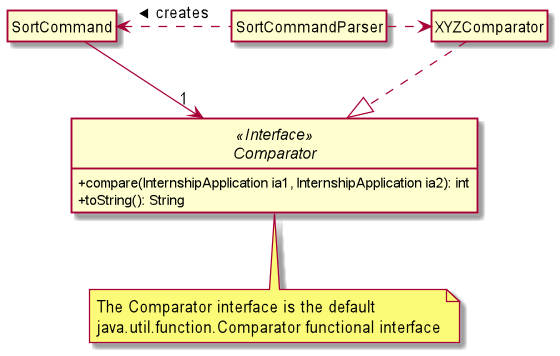
Before: images/ComparatorClassDiagram.png, a diagram exported from PlantUML (AY1920S2-CS2103T-F10-2/main). Source of this version:
```plantuml
@startuml

hide circle
hide empty members
skinparam classAttributeIconSize 0

Class SortCommand {
}

Class SortCommandParser {
}

Interface Comparator <<Interface>> {
    + compare(InternshipApplication ia1, InternshipApplication ia2): int
    + toString(): String
}

Class XYZComparator {
}

note as N1
  The Comparator interface is the default
  java.util.function.Comparator functional interface
end note

Comparator .. N1

SortCommandParser .left.> SortCommand : creates >

XYZComparator .down.|> Comparator

SortCommand --> "1" Comparator
SortCommandParser .right.> XYZComparator



@enduml
```
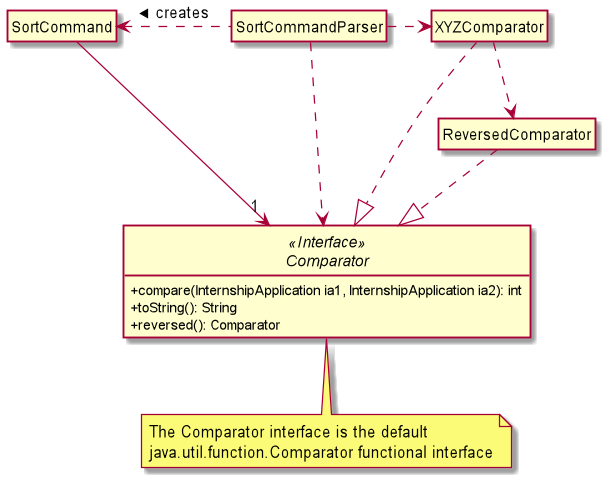
After the commit.

What changed in the source:
```diff
@@ -13,9 +13,13 @@
 Interface Comparator <<Interface>> {
     + compare(InternshipApplication ia1, InternshipApplication ia2): int
     + toString(): String
+    + reversed(): Comparator
 }
 
 Class XYZComparator {
+}
+
+Class ReversedComparator {
 }
 
 note as N1
@@ -26,12 +30,15 @@
 Comparator .. N1
 
 SortCommandParser .left.> SortCommand : creates >
+SortCommandParser .right.> XYZComparator
+SortCommandParser ..> Comparator
+
+SortCommand --> "1" Comparator
 
 XYZComparator .down.|> Comparator
+XYZComparator ..> ReversedComparator
 
-SortCommand --> "1" Comparator
-SortCommandParser .right.> XYZComparator
-
+ReversedComparator ..|> Comparator
 
 
 @enduml
```
